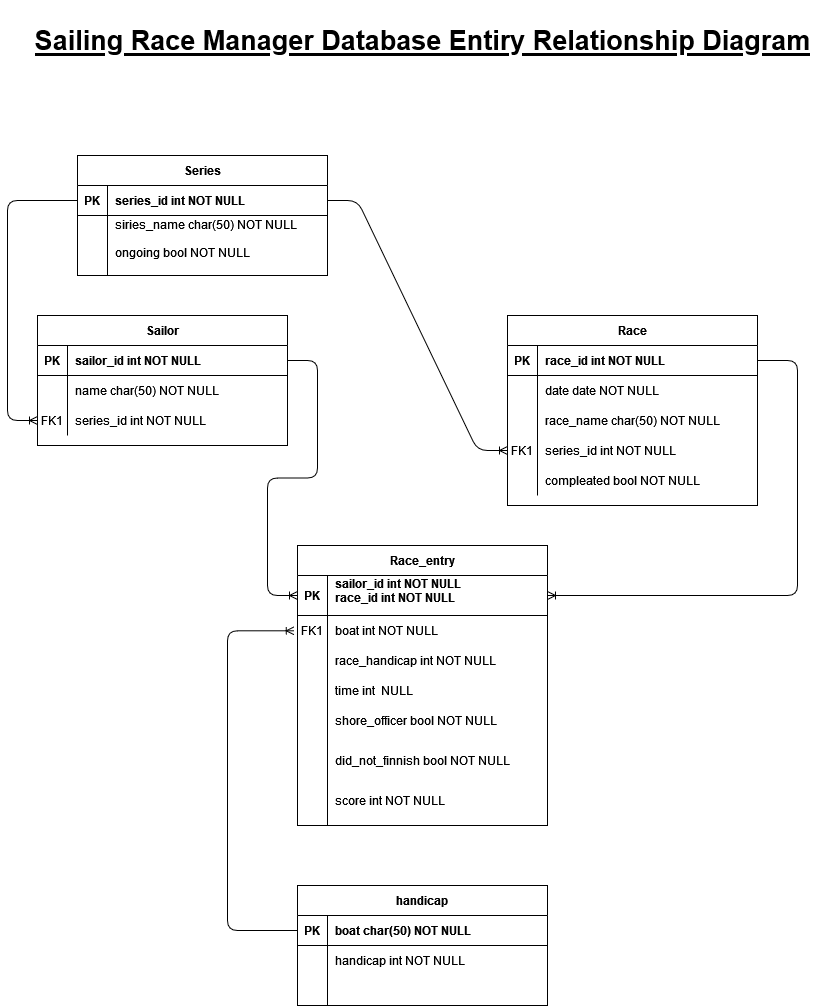
Above: Planning Documents/ERDs/ERD 1.0.png in Hamster339/L4Project-SailingRaceManager (draw.io), before the change. Source tidied: cells renumbered, new cells last; positions are measured from the earlier drawing's top-left corner, leaving out a move shared by most shapes.
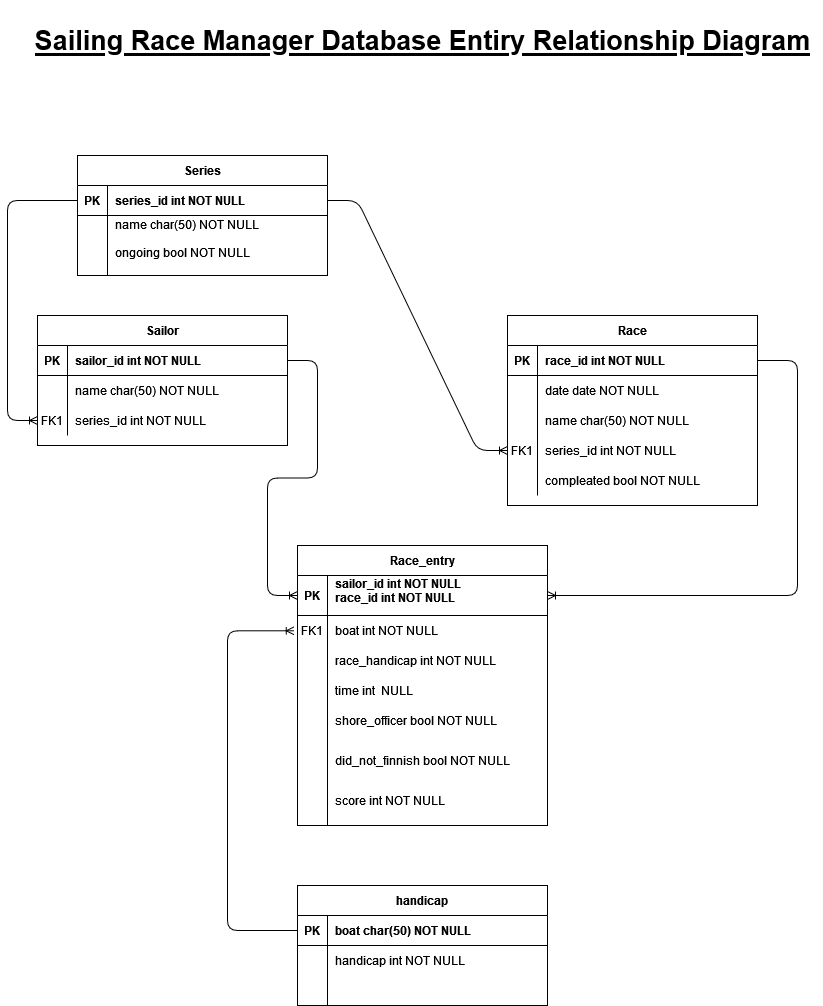
Later version of the same file.

Change to the diagram source:
```diff
@@ -29,7 +29,7 @@
     <mxCell id="10" style="shape=partialRectangle;overflow=hidden;fillColor=none;top=0;left=0;bottom=0;right=0;" parent="9" vertex="1">
       <mxGeometry width="30" height="30" as="geometry" />
     </mxCell>
-    <mxCell id="11" value="race_name char(50) NOT NULL" style="shape=partialRectangle;overflow=hidden;fillColor=none;top=0;left=0;bottom=0;right=0;align=left;spacingLeft=6;" parent="9" vertex="1">
+    <mxCell id="11" value="name char(50) NOT NULL" style="shape=partialRectangle;overflow=hidden;fillColor=none;top=0;left=0;bottom=0;right=0;align=left;spacingLeft=6;" parent="9" vertex="1">
       <mxGeometry x="30" width="220" height="30" as="geometry" />
     </mxCell>
     <mxCell id="12" style="shape=partialRectangle;fillColor=none;points=[[0,0.5],[1,0.5]];portConstraint=eastwest;top=0;left=0;right=0;bottom=0;" parent="2" vertex="1">
@@ -98,7 +98,7 @@
     <mxCell id="33" style="shape=partialRectangle;overflow=hidden;fillColor=none;top=0;left=0;bottom=0;right=0;" parent="32" vertex="1">
       <mxGeometry width="30" height="60" as="geometry" />
     </mxCell>
-    <mxCell id="34" value="siries_name char(50) NOT NULL&#10;&#10;ongoing bool NOT NULL&#10;" style="shape=partialRectangle;overflow=hidden;fillColor=none;top=0;left=0;bottom=0;right=0;align=left;spacingLeft=6;" parent="32" vertex="1">
+    <mxCell id="34" value="name char(50) NOT NULL&#10;&#10;ongoing bool NOT NULL&#10;" style="shape=partialRectangle;overflow=hidden;fillColor=none;top=0;left=0;bottom=0;right=0;align=left;spacingLeft=6;" parent="32" vertex="1">
       <mxGeometry x="30" width="220" height="60" as="geometry" />
     </mxCell>
     <mxCell id="35" value="Sailor" style="shape=table;startSize=30;rowLines=0;fontStyle=1;align=center;" parent="1" vertex="1">
```
